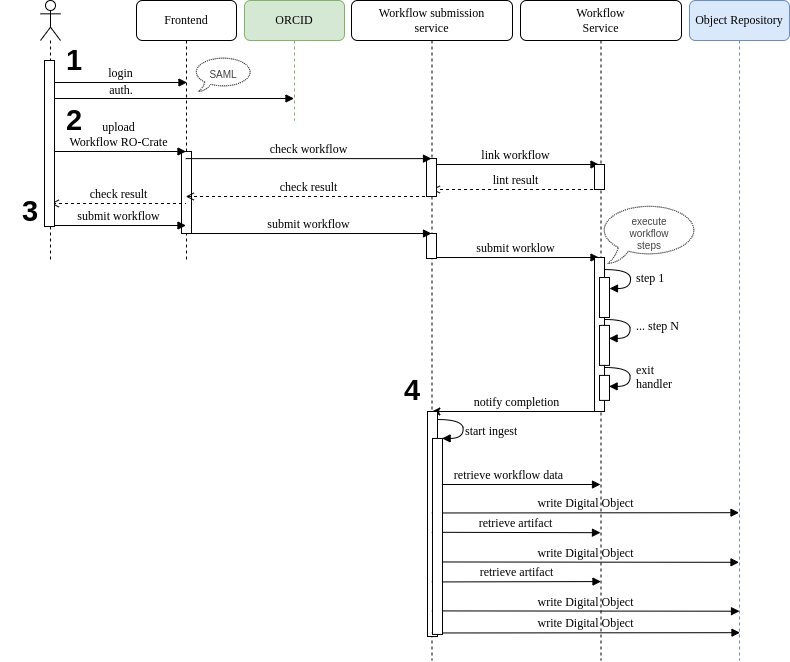
Above: assets/exec_flow_wfl_submission.png in Senckenberg-DCBiodivIT/fair-workflow-platform (draw.io), before the change. Source tidied: cells renumbered, new cells last; positions are measured from the earlier drawing's top-left corner, leaving out a move shared by most shapes.
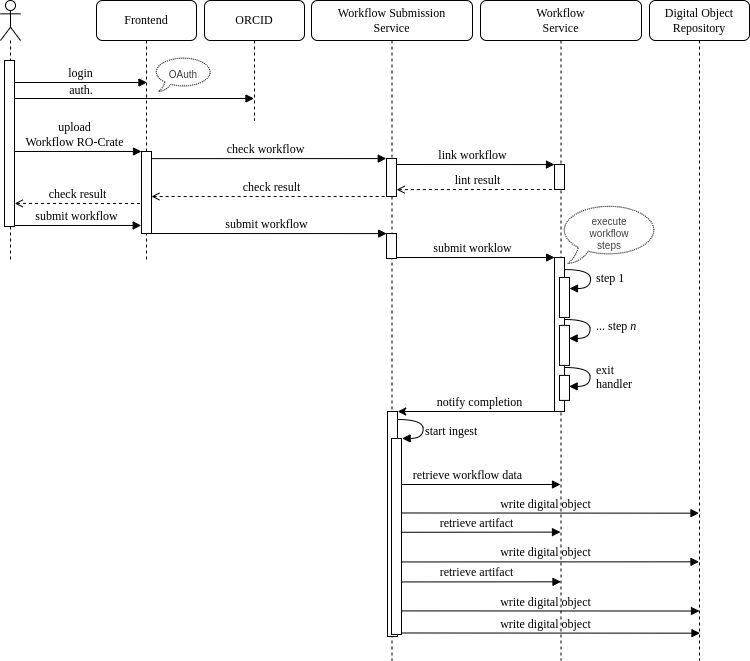
After the change.

The edit, as a diff of the source:
```diff
@@ -2,13 +2,23 @@
   <root>
     <mxCell id="0" />
     <mxCell id="1" parent="0" />
+    <mxCell id="12" value="check result" style="html=1;verticalAlign=bottom;endArrow=none;labelBackgroundColor=none;fontFamily=Verdana;fontSize=12;elbow=vertical;startArrow=open;startFill=0;endFill=0;dashed=1;exitX=0.989;exitY=0.549;exitDx=0;exitDy=0;exitPerimeter=0;" parent="1" edge="1" source="6">
+      <mxGeometry relative="1" as="geometry">
+        <mxPoint x="431" y="196" as="targetPoint" />
+      </mxGeometry>
+    </mxCell>
+    <mxCell id="40" value="check workflow" style="html=1;verticalAlign=bottom;endArrow=block;labelBackgroundColor=none;fontFamily=Verdana;fontSize=12;elbow=horizontal;exitX=0.502;exitY=0.164;exitDx=0;exitDy=0;exitPerimeter=0;entryX=-0.028;entryY=0.002;entryDx=0;entryDy=0;entryPerimeter=0;" parent="1" edge="1" target="31">
+      <mxGeometry relative="1" as="geometry">
+        <mxPoint x="185.2" y="158.1" as="sourcePoint" />
+      </mxGeometry>
+    </mxCell>
-    <mxCell id="2" value="Workflow submission&lt;div&gt;service&lt;/div&gt;" style="shape=umlLifeline;perimeter=lifelinePerimeter;whiteSpace=wrap;html=1;rounded=1;shadow=0;comic=0;labelBackgroundColor=none;strokeWidth=1;fontFamily=Verdana;fontSize=12;align=center;" parent="1" vertex="1">
+    <mxCell id="2" value="Workflow Submission&lt;div&gt;Service&lt;/div&gt;" style="shape=umlLifeline;perimeter=lifelinePerimeter;whiteSpace=wrap;html=1;rounded=1;shadow=0;comic=0;labelBackgroundColor=none;strokeWidth=1;fontFamily=Verdana;fontSize=12;align=center;" parent="1" vertex="1">
       <mxGeometry x="351" width="161" height="660" as="geometry" />
     </mxCell>
     <mxCell id="3" value="Workflow&lt;div&gt;Service&lt;/div&gt;" style="shape=umlLifeline;perimeter=lifelinePerimeter;whiteSpace=wrap;html=1;rounded=1;shadow=0;comic=0;labelBackgroundColor=none;strokeWidth=1;fontFamily=Verdana;fontSize=12;align=center;" parent="1" vertex="1">
       <mxGeometry x="520" width="161" height="660" as="geometry" />
     </mxCell>
-    <mxCell id="4" value="Object Repository" style="shape=umlLifeline;perimeter=lifelinePerimeter;whiteSpace=wrap;html=1;rounded=1;shadow=0;comic=0;labelBackgroundColor=none;strokeWidth=1;fontFamily=Verdana;fontSize=12;align=center;fillColor=#dae8fc;strokeColor=#6c8ebf;" parent="1" vertex="1">
+    <mxCell id="4" value="Digital Object Repository" style="shape=umlLifeline;perimeter=lifelinePerimeter;whiteSpace=wrap;html=1;rounded=1;shadow=0;comic=0;labelBackgroundColor=none;strokeWidth=1;fontFamily=Verdana;fontSize=12;align=center;" parent="1" vertex="1">
       <mxGeometry x="689" width="100" height="660" as="geometry" />
     </mxCell>
     <mxCell id="5" value="Frontend" style="shape=umlLifeline;perimeter=lifelinePerimeter;whiteSpace=wrap;html=1;rounded=1;shadow=0;comic=0;labelBackgroundColor=none;strokeWidth=1;fontFamily=Verdana;fontSize=12;align=center;" parent="1" vertex="1">
@@ -17,16 +27,14 @@
     <mxCell id="6" style="html=1;points=[];perimeter=orthogonalPerimeter;rounded=0;shadow=0;comic=0;labelBackgroundColor=none;strokeWidth=1;fontFamily=Verdana;fontSize=12;align=center;" parent="5" vertex="1">
       <mxGeometry x="45" y="151" width="10" height="82" as="geometry" />
     </mxCell>
-    <mxCell id="7" value="notify&amp;nbsp;&lt;span style=&quot;background-color: initial;&quot;&gt;completion&lt;/span&gt;" style="html=1;verticalAlign=bottom;endArrow=none;labelBackgroundColor=none;fontFamily=Verdana;fontSize=12;endFill=0;startArrow=classic;startFill=1;" parent="1" edge="1">
+    <mxCell id="7" value="notify&amp;nbsp;&lt;span style=&quot;background-color: initial;&quot;&gt;completion&lt;/span&gt;" style="html=1;verticalAlign=bottom;endArrow=none;labelBackgroundColor=none;fontFamily=Verdana;fontSize=12;endFill=0;startArrow=classic;startFill=1;exitX=1.02;exitY=0;exitDx=0;exitDy=0;exitPerimeter=0;" parent="1" edge="1" source="30">
       <mxGeometry relative="1" as="geometry">
-        <mxPoint x="431.3" y="411" as="sourcePoint" />
         <mxPoint x="600" y="411" as="targetPoint" />
       </mxGeometry>
     </mxCell>
-    <mxCell id="8" value="submit worklow" style="html=1;verticalAlign=bottom;endArrow=block;labelBackgroundColor=none;fontFamily=Verdana;fontSize=12;elbow=vertical;" parent="1" edge="1">
+    <mxCell id="8" value="submit worklow" style="html=1;verticalAlign=bottom;endArrow=block;labelBackgroundColor=none;fontFamily=Verdana;fontSize=12;elbow=vertical;entryX=0.008;entryY=0;entryDx=0;entryDy=0;entryPerimeter=0;" parent="1" edge="1" target="19">
       <mxGeometry relative="1" as="geometry">
         <mxPoint x="431.3" y="257" as="sourcePoint" />
-        <mxPoint x="598.5" y="257" as="targetPoint" />
       </mxGeometry>
     </mxCell>
     <mxCell id="9" value="retrieve workflow&amp;nbsp;&lt;span style=&quot;background-color: initial;&quot;&gt;data&lt;/span&gt;" style="html=1;verticalAlign=bottom;endArrow=block;labelBackgroundColor=none;fontFamily=Verdana;fontSize=12;edgeStyle=elbowEdgeStyle;elbow=vertical;" parent="1" edge="1">
@@ -38,31 +46,21 @@
         </Array>
       </mxGeometry>
     </mxCell>
-    <mxCell id="10" value="check result" style="html=1;verticalAlign=bottom;endArrow=none;labelBackgroundColor=none;fontFamily=Verdana;fontSize=12;elbow=vertical;startArrow=open;startFill=0;endFill=0;dashed=1;" parent="1" edge="1">
-      <mxGeometry relative="1" as="geometry">
-        <mxPoint x="50.3" y="203" as="sourcePoint" />
-        <mxPoint x="185.5" y="203" as="targetPoint" />
-      </mxGeometry>
+    <mxCell id="10" value="check result" style="html=1;verticalAlign=bottom;endArrow=none;labelBackgroundColor=none;fontFamily=Verdana;fontSize=12;elbow=vertical;startArrow=open;startFill=0;endFill=0;dashed=1;exitX=1.021;exitY=0.861;exitDx=0;exitDy=0;exitPerimeter=0;entryX=-0.02;entryY=0.634;entryDx=0;entryDy=0;entryPerimeter=0;" parent="1" edge="1" source="45" target="6">
+      <mxGeometry relative="1" as="geometry" />
     </mxCell>
-    <mxCell id="11" value="submit workflow" style="html=1;verticalAlign=bottom;endArrow=block;labelBackgroundColor=none;fontFamily=Verdana;fontSize=12;elbow=horizontal;" parent="1" edge="1">
+    <mxCell id="11" value="submit workflow" style="html=1;verticalAlign=bottom;endArrow=block;labelBackgroundColor=none;fontFamily=Verdana;fontSize=12;elbow=horizontal;entryX=-0.028;entryY=0.902;entryDx=0;entryDy=0;entryPerimeter=0;" parent="1" edge="1" target="6">
       <mxGeometry relative="1" as="geometry">
         <mxPoint x="50.3" y="225" as="sourcePoint" />
-        <mxPoint x="185.5" y="225" as="targetPoint" />
       </mxGeometry>
     </mxCell>
-    <mxCell id="12" value="check result" style="html=1;verticalAlign=bottom;endArrow=none;labelBackgroundColor=none;fontFamily=Verdana;fontSize=12;elbow=vertical;startArrow=open;startFill=0;endFill=0;dashed=1;" parent="1" edge="1">
-      <mxGeometry relative="1" as="geometry">
-        <mxPoint x="185.3" y="196" as="sourcePoint" />
-        <mxPoint x="431" y="196" as="targetPoint" />
-      </mxGeometry>
-    </mxCell>
     <mxCell id="13" value="execute&lt;div style=&quot;font-size: 10px;&quot;&gt;workflow&lt;/div&gt;&lt;div style=&quot;font-size: 10px;&quot;&gt;steps&lt;/div&gt;" style="whiteSpace=wrap;html=1;shape=mxgraph.basic.oval_callout;fontSize=10;textShadow=0;dashed=1;dashPattern=1 1;fontColor=#424242;" parent="1" vertex="1">
       <mxGeometry x="599" y="203" width="100" height="60" as="geometry" />
     </mxCell>
     <mxCell id="14" style="shape=umlLifeline;perimeter=lifelinePerimeter;whiteSpace=wrap;html=1;newEdgeStyle={&quot;curved&quot;:0,&quot;rounded&quot;:0};participant=umlActor;" parent="1" vertex="1">
       <mxGeometry x="40" width="20" height="260" as="geometry" />
     </mxCell>
-    <mxCell id="15" value="write&amp;nbsp;&lt;span style=&quot;background-color: initial;&quot;&gt;Digital Object&lt;/span&gt;" style="html=1;verticalAlign=bottom;endArrow=block;labelBackgroundColor=none;fontFamily=Verdana;fontSize=12;edgeStyle=elbowEdgeStyle;elbow=vertical;" parent="1" edge="1">
+    <mxCell id="15" value="write digital object" style="html=1;verticalAlign=bottom;endArrow=block;labelBackgroundColor=none;fontFamily=Verdana;fontSize=12;edgeStyle=elbowEdgeStyle;elbow=vertical;" parent="1" edge="1">
       <mxGeometry relative="1" as="geometry">
         <mxPoint x="431.3" y="561.4" as="sourcePoint" />
         <mxPoint x="738.5" y="561.5" as="targetPoint" />
@@ -70,19 +68,17 @@
     </mxCell>
     <mxCell id="16" value="upload&lt;div&gt;Workflow RO-Crate&lt;/div&gt;" style="html=1;verticalAlign=bottom;endArrow=block;labelBackgroundColor=none;fontFamily=Verdana;fontSize=12;elbow=horizontal;" parent="1" edge="1">
       <mxGeometry relative="1" as="geometry">
-        <mxPoint x="50.3" y="151" as="sourcePoint" />
-        <mxPoint x="185.5" y="151" as="targetPoint" />
+        <mxPoint x="47.3" y="151" as="sourcePoint" />
+        <mxPoint x="181" y="151" as="targetPoint" />
       </mxGeometry>
     </mxCell>
-    <mxCell id="17" value="link workflow" style="html=1;verticalAlign=bottom;endArrow=block;labelBackgroundColor=none;fontFamily=Verdana;fontSize=12;elbow=horizontal;" parent="1" edge="1">
+    <mxCell id="17" value="link workflow" style="html=1;verticalAlign=bottom;endArrow=block;labelBackgroundColor=none;fontFamily=Verdana;fontSize=12;elbow=horizontal;entryX=-0.003;entryY=0.003;entryDx=0;entryDy=0;entryPerimeter=0;" parent="1" edge="1" target="23">
       <mxGeometry relative="1" as="geometry">
         <mxPoint x="431.3" y="164" as="sourcePoint" />
-        <mxPoint x="598.5" y="164" as="targetPoint" />
       </mxGeometry>
     </mxCell>
-    <mxCell id="18" value="lint result" style="html=1;verticalAlign=bottom;endArrow=none;labelBackgroundColor=none;fontFamily=Verdana;fontSize=12;elbow=vertical;startArrow=open;startFill=0;endFill=0;dashed=1;" parent="1" edge="1">
+    <mxCell id="18" value="lint result" style="html=1;verticalAlign=bottom;endArrow=none;labelBackgroundColor=none;fontFamily=Verdana;fontSize=12;elbow=vertical;startArrow=open;startFill=0;endFill=0;dashed=1;exitX=1.011;exitY=0.819;exitDx=0;exitDy=0;exitPerimeter=0;" parent="1" edge="1" source="31">
       <mxGeometry relative="1" as="geometry">
-        <mxPoint x="431.3" y="189" as="sourcePoint" />
         <mxPoint x="598.5" y="189" as="targetPoint" />
       </mxGeometry>
     </mxCell>
@@ -134,7 +130,7 @@
     <mxCell id="27" style="html=1;perimeter=orthogonalPerimeter;rounded=0;shadow=0;comic=0;labelBackgroundColor=none;strokeWidth=1;fontFamily=Verdana;fontSize=12;align=center;" parent="1" vertex="1">
       <mxGeometry x="599" y="374.9" width="10" height="25" as="geometry" />
     </mxCell>
-    <mxCell id="28" value="&lt;font face=&quot;Verdana&quot;&gt;... step N&lt;/font&gt;" style="text;strokeColor=none;fillColor=none;align=left;verticalAlign=middle;spacingLeft=4;spacingRight=4;overflow=hidden;whiteSpace=wrap;html=1;" parent="1" vertex="1">
+    <mxCell id="28" value="&lt;font face=&quot;Verdana&quot;&gt;... step &lt;i&gt;n&lt;/i&gt;&lt;/font&gt;" style="text;strokeColor=none;fillColor=none;align=left;verticalAlign=middle;spacingLeft=4;spacingRight=4;overflow=hidden;whiteSpace=wrap;html=1;" parent="1" vertex="1">
       <mxGeometry x="630" y="311" width="80" height="30" as="geometry" />
     </mxCell>
     <mxCell id="29" value="&lt;font face=&quot;Verdana&quot;&gt;exit&lt;/font&gt;&lt;div&gt;&lt;font face=&quot;Verdana&quot;&gt;handler&lt;/font&gt;&lt;/div&gt;" style="text;strokeColor=none;fillColor=none;align=left;verticalAlign=middle;spacingLeft=4;spacingRight=4;overflow=hidden;whiteSpace=wrap;html=1;" parent="1" vertex="1">
@@ -168,7 +164,7 @@
         <mxPoint x="600" y="531.9" as="targetPoint" />
       </mxGeometry>
     </mxCell>
-    <mxCell id="36" value="write&amp;nbsp;&lt;span style=&quot;background-color: initial;&quot;&gt;Digital Object&lt;/span&gt;" style="html=1;verticalAlign=bottom;endArrow=block;labelBackgroundColor=none;fontFamily=Verdana;fontSize=12;edgeStyle=elbowEdgeStyle;elbow=vertical;" parent="1" edge="1">
+    <mxCell id="36" value="write digital object" style="html=1;verticalAlign=bottom;endArrow=block;labelBackgroundColor=none;fontFamily=Verdana;fontSize=12;edgeStyle=elbowEdgeStyle;elbow=vertical;" parent="1" edge="1">
       <mxGeometry relative="1" as="geometry">
         <mxPoint x="431.3" y="610.4" as="sourcePoint" />
         <mxPoint x="739" y="610.6" as="targetPoint" />
@@ -180,37 +176,30 @@
         <mxPoint x="600.5" y="581.1" as="targetPoint" />
       </mxGeometry>
     </mxCell>
-    <mxCell id="38" value="write&amp;nbsp;&lt;span style=&quot;background-color: initial;&quot;&gt;Digital Object&lt;/span&gt;" style="html=1;verticalAlign=bottom;endArrow=block;labelBackgroundColor=none;fontFamily=Verdana;fontSize=12;edgeStyle=elbowEdgeStyle;elbow=vertical;" parent="1" edge="1">
+    <mxCell id="38" value="write digital object" style="html=1;verticalAlign=bottom;endArrow=block;labelBackgroundColor=none;fontFamily=Verdana;fontSize=12;edgeStyle=elbowEdgeStyle;elbow=vertical;" parent="1" edge="1">
       <mxGeometry relative="1" as="geometry">
         <mxPoint x="431.3" y="632.5" as="sourcePoint" />
         <mxPoint x="739.5" y="632.5" as="targetPoint" />
       </mxGeometry>
     </mxCell>
-    <mxCell id="39" value="write&amp;nbsp;&lt;span style=&quot;background-color: initial;&quot;&gt;Digital Object&lt;/span&gt;" style="html=1;verticalAlign=bottom;endArrow=block;labelBackgroundColor=none;fontFamily=Verdana;fontSize=12;edgeStyle=elbowEdgeStyle;elbow=vertical;" parent="1" edge="1">
+    <mxCell id="39" value="write digital object" style="html=1;verticalAlign=bottom;endArrow=block;labelBackgroundColor=none;fontFamily=Verdana;fontSize=12;edgeStyle=elbowEdgeStyle;elbow=vertical;" parent="1" edge="1">
       <mxGeometry relative="1" as="geometry">
         <mxPoint x="431.3" y="512.5" as="sourcePoint" />
         <mxPoint x="738.5" y="512.5" as="targetPoint" />
       </mxGeometry>
     </mxCell>
-    <mxCell id="40" value="check workflow" style="html=1;verticalAlign=bottom;endArrow=block;labelBackgroundColor=none;fontFamily=Verdana;fontSize=12;elbow=horizontal;exitX=0.502;exitY=0.164;exitDx=0;exitDy=0;exitPerimeter=0;" parent="1" edge="1">
-      <mxGeometry relative="1" as="geometry">
-        <mxPoint x="185.2" y="158.1" as="sourcePoint" />
-        <mxPoint x="431" y="158.1" as="targetPoint" />
-      </mxGeometry>
-    </mxCell>
-    <mxCell id="41" value="submit workflow" style="html=1;verticalAlign=bottom;endArrow=block;labelBackgroundColor=none;fontFamily=Verdana;fontSize=12;elbow=vertical;" parent="1" edge="1">
+    <mxCell id="41" value="submit workflow" style="html=1;verticalAlign=bottom;endArrow=block;labelBackgroundColor=none;fontFamily=Verdana;fontSize=12;elbow=vertical;entryX=0.013;entryY=0.003;entryDx=0;entryDy=0;entryPerimeter=0;" parent="1" edge="1" target="32">
       <mxGeometry relative="1" as="geometry">
         <mxPoint x="185.3" y="233" as="sourcePoint" />
-        <mxPoint x="431" y="233" as="targetPoint" />
       </mxGeometry>
     </mxCell>
     <mxCell id="42" style="html=1;perimeter=orthogonalPerimeter;rounded=0;shadow=0;comic=0;labelBackgroundColor=none;strokeWidth=1;fontFamily=Verdana;fontSize=12;align=center;" parent="1" vertex="1">
-      <mxGeometry x="432" y="437.9" width="10" height="196" as="geometry" />
+      <mxGeometry x="431" y="437.9" width="10" height="196" as="geometry" />
     </mxCell>
-    <mxCell id="43" value="ORCID" style="shape=umlLifeline;perimeter=lifelinePerimeter;whiteSpace=wrap;html=1;rounded=1;shadow=0;comic=0;labelBackgroundColor=none;strokeWidth=1;fontFamily=Verdana;fontSize=12;align=center;fillColor=#d5e8d4;strokeColor=#82b366;" parent="1" vertex="1">
+    <mxCell id="43" value="ORCID" style="shape=umlLifeline;perimeter=lifelinePerimeter;whiteSpace=wrap;html=1;rounded=1;shadow=0;comic=0;labelBackgroundColor=none;strokeWidth=1;fontFamily=Verdana;fontSize=12;align=center;" parent="1" vertex="1">
       <mxGeometry x="244" width="100" height="120" as="geometry" />
     </mxCell>
-    <mxCell id="44" value="SAML" style="whiteSpace=wrap;html=1;shape=mxgraph.basic.oval_callout;fontSize=10;textShadow=0;dashed=1;dashPattern=1 1;fontColor=#424242;" parent="43" vertex="1">
+    <mxCell id="44" value="OAuth" style="whiteSpace=wrap;html=1;shape=mxgraph.basic.oval_callout;fontSize=10;textShadow=0;dashed=1;dashPattern=1 1;fontColor=#424242;" parent="43" vertex="1">
       <mxGeometry x="-51" y="56" width="60" height="35" as="geometry" />
     </mxCell>
     <mxCell id="45" style="html=1;points=[];perimeter=orthogonalPerimeter;rounded=0;shadow=0;comic=0;labelBackgroundColor=none;strokeWidth=1;fontFamily=Verdana;fontSize=12;align=center;" parent="1" vertex="1">
@@ -231,17 +220,5 @@
     <mxCell id="48" value="auth." style="text;html=1;align=center;verticalAlign=middle;whiteSpace=wrap;rounded=0;fontFamily=Verdana;" parent="1" vertex="1">
       <mxGeometry x="91" y="75" width="60" height="30" as="geometry" />
     </mxCell>
-    <mxCell id="49" value="&lt;b style=&quot;font-size: 29px;&quot;&gt;4&lt;/b&gt;" style="text;html=1;align=center;verticalAlign=middle;whiteSpace=wrap;rounded=0;fontSize=29;" parent="1" vertex="1">
-      <mxGeometry x="382" y="374.9" width="60" height="30" as="geometry" />
-    </mxCell>
-    <mxCell id="50" value="&lt;b style=&quot;font-size: 29px;&quot;&gt;2&lt;/b&gt;" style="text;html=1;align=center;verticalAlign=middle;whiteSpace=wrap;rounded=0;fontSize=29;" parent="1" vertex="1">
-      <mxGeometry x="44" y="105" width="60" height="30" as="geometry" />
-    </mxCell>
-    <mxCell id="51" value="&lt;b&gt;3&lt;/b&gt;" style="text;html=1;align=center;verticalAlign=middle;whiteSpace=wrap;rounded=0;fontSize=29;" parent="1" vertex="1">
-      <mxGeometry y="196" width="60" height="30" as="geometry" />
-    </mxCell>
-    <mxCell id="52" value="&lt;b style=&quot;font-size: 29px;&quot;&gt;1&lt;/b&gt;" style="text;html=1;align=center;verticalAlign=middle;whiteSpace=wrap;rounded=0;fontSize=29;" parent="1" vertex="1">
-      <mxGeometry x="44" y="45" width="60" height="30" as="geometry" />
-    </mxCell>
   </root>
 </mxGraphModel>
```
